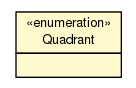
Above: doc/world/physics/vector/Quadrant.png in sinopeus/asteroids (Graphviz), before the change. Its source is kept beside it as doc/world/physics/vector/Quadrant.dot. The source it was exported from:
```dot

digraph G {
	edge [fontname="Helvetica",fontsize=10,labelfontname="Helvetica",labelfontsize=10];
	node [fontname="Helvetica",fontsize=10,shape=plaintext];
	nodesep=0.25;
	ranksep=0.5;
	c14664 [label=<<table title="world.physics.vector.Quadrant" border="0" cellborder="1" cellspacing="0" cellpadding="2" port="p" bgcolor="lemonChiffon" href="./Quadrant.html">
		<tr><td><table border="0" cellspacing="0" cellpadding="1">
<tr><td align="center" balign="center"> &#171;enumeration&#187; </td></tr>
<tr><td align="center" balign="center"> Quadrant </td></tr>
		</table></td></tr>
		<tr><td><table border="0" cellspacing="0" cellpadding="1">
<tr><td align="left" balign="left">  </td></tr>
		</table></td></tr>
		</table>>, URL="./Quadrant.html", fontname="Helvetica", fontcolor="black", fontsize=10.0];
}
```
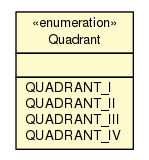
After the commit.

Change to the diagram source:
```diff
@@ -4,7 +4,7 @@
 	node [fontname="Helvetica",fontsize=10,shape=plaintext];
 	nodesep=0.25;
 	ranksep=0.5;
-	c14664 [label=<<table title="world.physics.vector.Quadrant" border="0" cellborder="1" cellspacing="0" cellpadding="2" port="p" bgcolor="lemonChiffon" href="./Quadrant.html">
+	c14716 [label=<<table title="world.physics.vector.Quadrant" border="0" cellborder="1" cellspacing="0" cellpadding="2" port="p" bgcolor="lemonChiffon" href="./Quadrant.html">
 		<tr><td><table border="0" cellspacing="0" cellpadding="1">
 <tr><td align="center" balign="center"> &#171;enumeration&#187; </td></tr>
 <tr><td align="center" balign="center"> Quadrant </td></tr>
@@ -12,5 +12,11 @@
 		<tr><td><table border="0" cellspacing="0" cellpadding="1">
 <tr><td align="left" balign="left">  </td></tr>
 		</table></td></tr>
+		<tr><td><table border="0" cellspacing="0" cellpadding="1">
+<tr><td align="left" balign="left"> QUADRANT_I </td></tr>
+<tr><td align="left" balign="left"> QUADRANT_II </td></tr>
+<tr><td align="left" balign="left"> QUADRANT_III </td></tr>
+<tr><td align="left" balign="left"> QUADRANT_IV </td></tr>
+		</table></td></tr>
 		</table>>, URL="./Quadrant.html", fontname="Helvetica", fontcolor="black", fontsize=10.0];
 }
```
